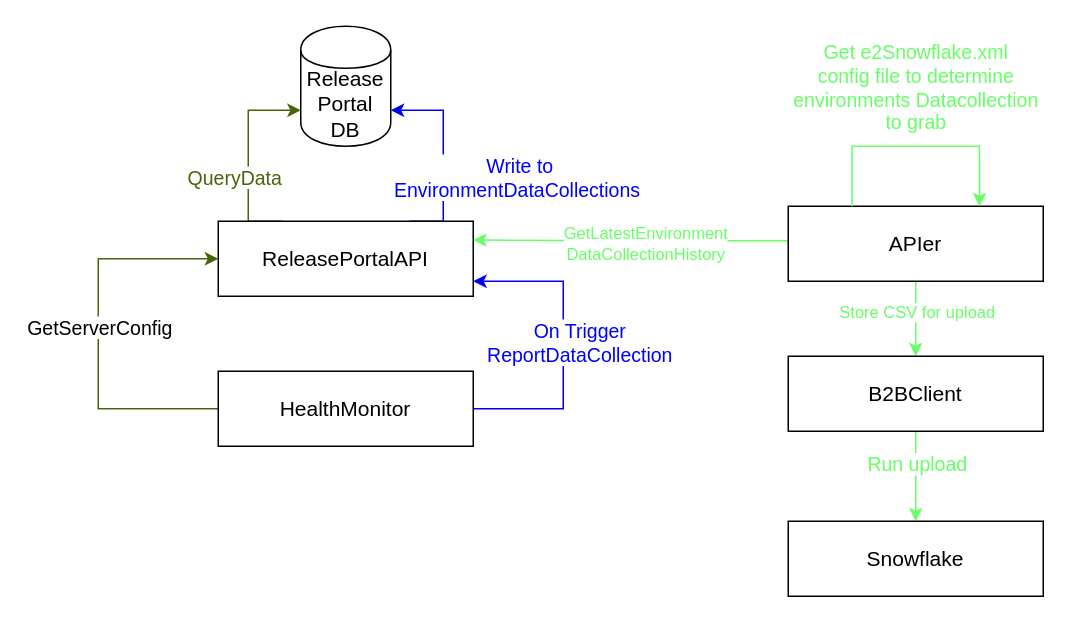
This is Release portal data collection.drawio from gbates-e2open/drawioFiles, a draw.io file, before an edit. Source tidied: cells renumbered, new cells numbered last; positions are measured from the earlier drawing's top-left corner, leaving out a move shared by most shapes. Both pictures are drawn from the tidied source at 150%, with x=0, y=0 at pixel (98, 26).
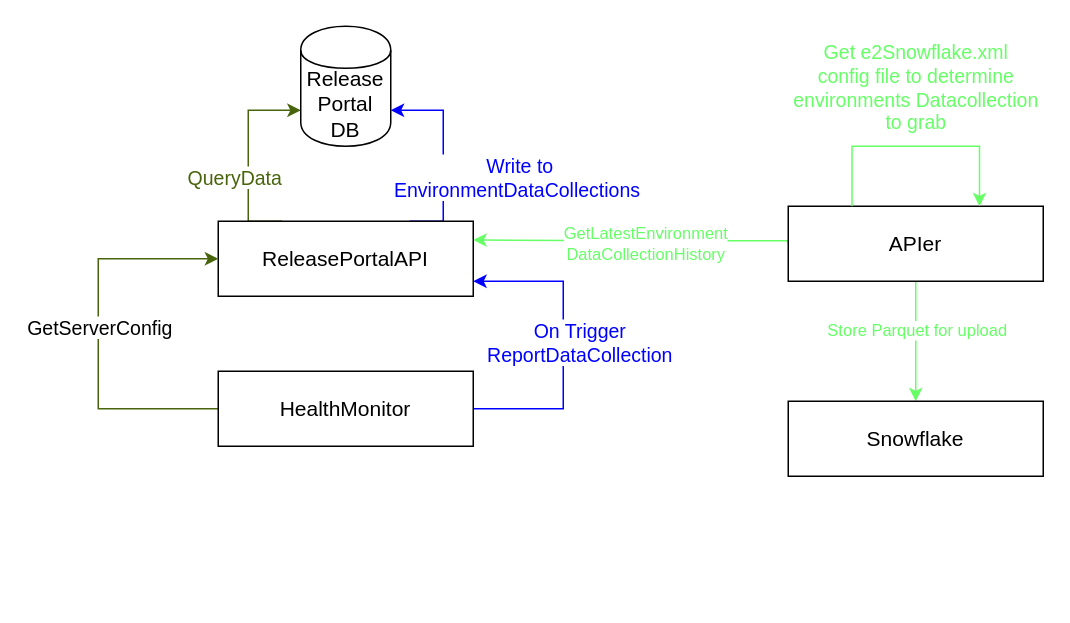
The same diagram, later.

Unchanged cells that the change refers to:
```xml
<mxCell id="17" value="APIer" style="html=1;whiteSpace=wrap;fontSize=14;" parent="1" vertex="1">
  <mxGeometry x="460" y="120" width="170" height="50" as="geometry" />
</mxCell>
```

The edit, as a diff of the source:
```diff
@@
-    <mxCell id="15" style="edgeStyle=orthogonalEdgeStyle;rounded=0;jettySize=auto;html=1;exitX=0.5;exitY=1;exitDx=0;exitDy=0;entryX=0.5;entryY=0;entryDx=0;entryDy=0;strokeColor=#66FF66;" parent="1" edge="1" source="17" target="20">
+    <mxCell id="15" style="edgeStyle=orthogonalEdgeStyle;rounded=0;jettySize=auto;html=1;exitX=0.5;exitY=1;exitDx=0;exitDy=0;entryX=0.5;entryY=0;entryDx=0;entryDy=0;strokeColor=#66FF66;" parent="1" edge="1" source="17" target="21">
       <mxGeometry relative="1" as="geometry" />
     </mxCell>
-    <mxCell id="16" value="&lt;font style=&quot;color: rgb(102, 255, 102);&quot;&gt;Store CSV for upload&lt;/font&gt;" style="edgeLabel;html=1;align=center;verticalAlign=middle;" parent="15" vertex="1">
+    <mxCell id="16" value="&lt;font style=&quot;color: rgb(102, 255, 102);&quot;&gt;Store Parquet for upload&lt;/font&gt;" style="edgeLabel;html=1;align=center;verticalAlign=middle;" parent="15" vertex="1">
       <mxGeometry x="-0.19" relative="1" as="geometry" />
     </mxCell>
@@
-    <mxCell id="18" style="edgeStyle=orthogonalEdgeStyle;rounded=0;jettySize=auto;html=1;exitX=0.5;exitY=1;exitDx=0;exitDy=0;entryX=0.5;entryY=0;entryDx=0;entryDy=0;strokeColor=#66FF66;" parent="1" edge="1" source="20" target="21">
-      <mxGeometry relative="1" as="geometry" />
-    </mxCell>
-    <mxCell id="19" value="&lt;font style=&quot;font-size: 13px; color: rgb(102, 255, 102);&quot;&gt;Run upload&lt;/font&gt;" style="edgeLabel;html=1;align=center;verticalAlign=middle;" parent="18" vertex="1">
-      <mxGeometry x="0.09" y="-2" relative="1" as="geometry">
-        <mxPoint x="2" y="-12" as="offset" />
-      </mxGeometry>
-    </mxCell>
-    <mxCell id="20" value="B2BClient" style="html=1;whiteSpace=wrap;fontSize=14;" parent="1" vertex="1">
-      <mxGeometry x="460" y="220" width="170" height="50" as="geometry" />
-    </mxCell>
     <mxCell id="21" value="Snowflake" style="html=1;whiteSpace=wrap;fontSize=14;" parent="1" vertex="1">
-      <mxGeometry x="460" y="330" width="170" height="50" as="geometry" />
+      <mxGeometry x="460" y="250" width="170" height="50" as="geometry" />
     </mxCell>
```
